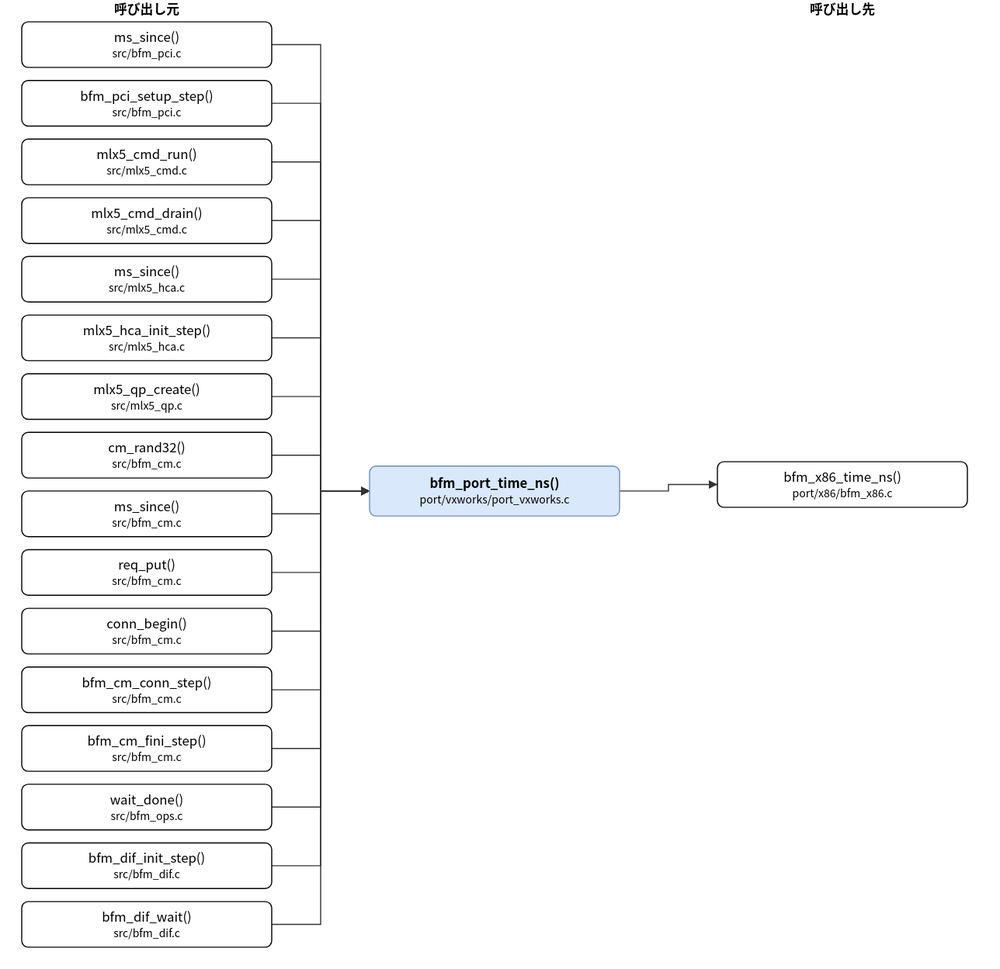
The draw.io diagram doc/spec/images/call_port_vxworks_port_vxworks-bfm_port_time_ns.drawio.svg in hf355051012-ai/bfmem, before a commit. Source tidied: cells renumbered, new cells last; positions are measured from the earlier drawing's top-left corner, leaving out a move shared by most shapes.
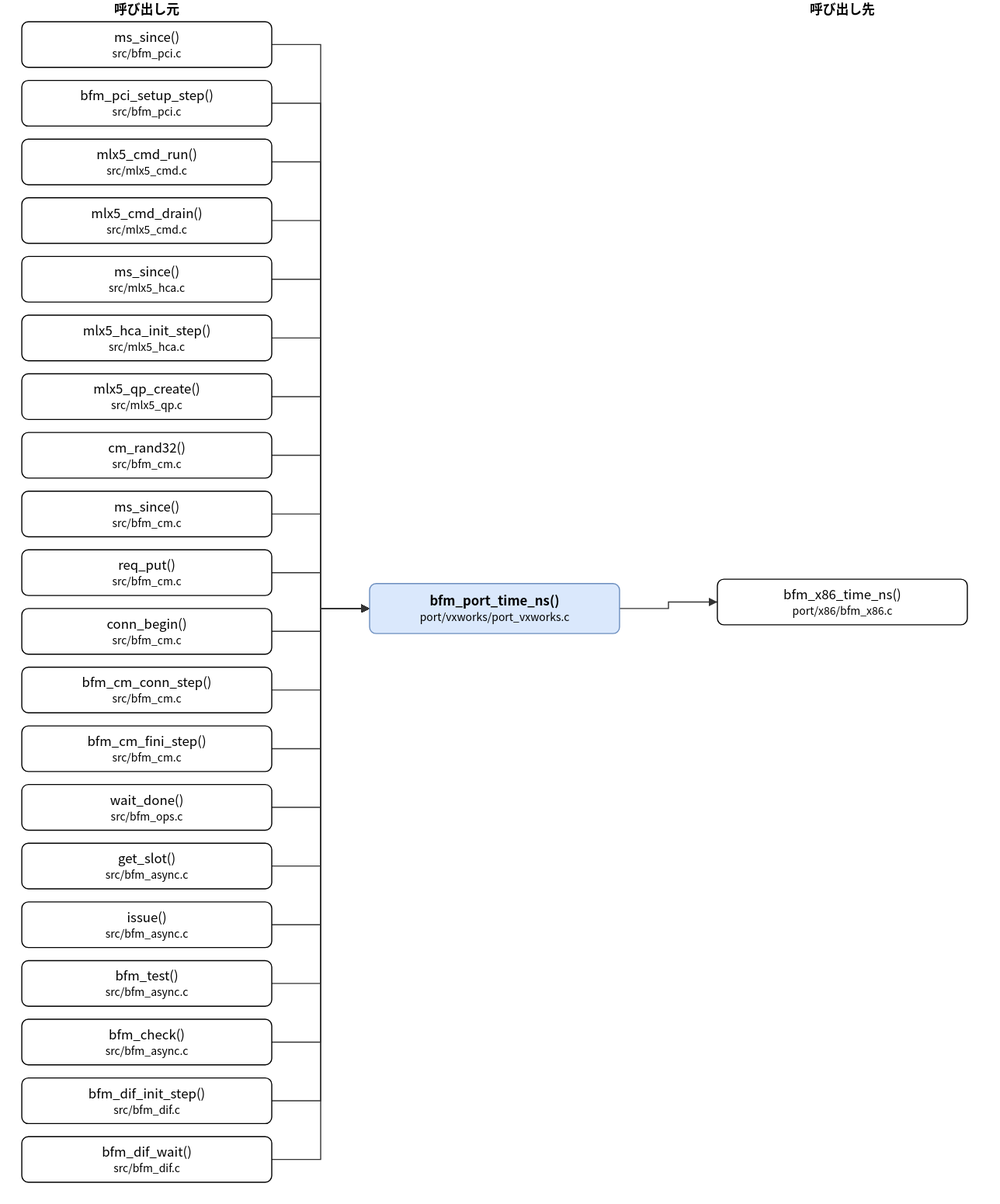
The same file after the commit.

Change to the diagram source:
```diff
@@ -3,7 +3,7 @@
     <mxCell id="0" />
     <mxCell id="1" parent="0" />
     <mxCell id="2" value="bfm_port_time_ns()&lt;br&gt;&lt;font style=&quot;font-size:10px&quot;&gt;port/vxworks/port_vxworks.c&lt;/font&gt;" style="rounded=1;whiteSpace=wrap;html=1;fillColor=#dae8fc;strokeColor=#6c8ebf;fontStyle=1;" parent="1" vertex="1">
-      <mxGeometry x="320" y="429" width="230" height="46" as="geometry" />
+      <mxGeometry x="320" y="537" width="230" height="46" as="geometry" />
     </mxCell>
     <mxCell id="3" value="ms_since()&lt;br&gt;&lt;font style=&quot;font-size:10px&quot;&gt;src/bfm_pci.c&lt;/font&gt;" style="rounded=1;whiteSpace=wrap;html=1;" parent="1" vertex="1">
       <mxGeometry y="20" width="230" height="42" as="geometry" />
@@ -47,20 +47,32 @@
     <mxCell id="16" value="wait_done()&lt;br&gt;&lt;font style=&quot;font-size:10px&quot;&gt;src/bfm_ops.c&lt;/font&gt;" style="rounded=1;whiteSpace=wrap;html=1;" parent="1" vertex="1">
       <mxGeometry y="722" width="230" height="42" as="geometry" />
     </mxCell>
-    <mxCell id="17" value="bfm_dif_init_step()&lt;br&gt;&lt;font style=&quot;font-size:10px&quot;&gt;src/bfm_dif.c&lt;/font&gt;" style="rounded=1;whiteSpace=wrap;html=1;" parent="1" vertex="1">
+    <mxCell id="17" value="get_slot()&lt;br&gt;&lt;font style=&quot;font-size:10px&quot;&gt;src/bfm_async.c&lt;/font&gt;" style="rounded=1;whiteSpace=wrap;html=1;" parent="1" vertex="1">
       <mxGeometry y="776" width="230" height="42" as="geometry" />
     </mxCell>
-    <mxCell id="18" value="bfm_dif_wait()&lt;br&gt;&lt;font style=&quot;font-size:10px&quot;&gt;src/bfm_dif.c&lt;/font&gt;" style="rounded=1;whiteSpace=wrap;html=1;" parent="1" vertex="1">
+    <mxCell id="18" value="issue()&lt;br&gt;&lt;font style=&quot;font-size:10px&quot;&gt;src/bfm_async.c&lt;/font&gt;" style="rounded=1;whiteSpace=wrap;html=1;" parent="1" vertex="1">
       <mxGeometry y="830" width="230" height="42" as="geometry" />
     </mxCell>
+    <mxCell id="39" value="bfm_test()&lt;br&gt;&lt;font style=&quot;font-size:10px&quot;&gt;src/bfm_async.c&lt;/font&gt;" style="rounded=1;whiteSpace=wrap;html=1;" parent="1" vertex="1">
+      <mxGeometry y="884" width="230" height="42" as="geometry" />
+    </mxCell>
+    <mxCell id="40" value="bfm_check()&lt;br&gt;&lt;font style=&quot;font-size:10px&quot;&gt;src/bfm_async.c&lt;/font&gt;" style="rounded=1;whiteSpace=wrap;html=1;" parent="1" vertex="1">
+      <mxGeometry y="938" width="230" height="42" as="geometry" />
+    </mxCell>
+    <mxCell id="41" value="bfm_dif_init_step()&lt;br&gt;&lt;font style=&quot;font-size:10px&quot;&gt;src/bfm_dif.c&lt;/font&gt;" style="rounded=1;whiteSpace=wrap;html=1;" parent="1" vertex="1">
+      <mxGeometry y="992" width="230" height="42" as="geometry" />
+    </mxCell>
+    <mxCell id="42" value="bfm_dif_wait()&lt;br&gt;&lt;font style=&quot;font-size:10px&quot;&gt;src/bfm_dif.c&lt;/font&gt;" style="rounded=1;whiteSpace=wrap;html=1;" parent="1" vertex="1">
+      <mxGeometry y="1046" width="230" height="42" as="geometry" />
+    </mxCell>
     <mxCell id="19" value="bfm_x86_time_ns()&lt;br&gt;&lt;font style=&quot;font-size:10px&quot;&gt;port/x86/bfm_x86.c&lt;/font&gt;" style="rounded=1;whiteSpace=wrap;html=1;" parent="1" vertex="1">
-      <mxGeometry x="640" y="425" width="230" height="42" as="geometry" />
+      <mxGeometry x="640" y="533" width="230" height="42" as="geometry" />
     </mxCell>
     <mxCell id="20" style="edgeStyle=none;html=1;rounded=0;endArrow=block;endFill=1;exitX=1.0000;exitY=0.5000;exitDx=0;exitDy=0;exitPerimeter=0;entryX=0.0000;entryY=0.5000;entryDx=0;entryDy=0;entryPerimeter=0;" parent="1" edge="1" source="3" target="2">
       <mxGeometry relative="1" as="geometry">
         <Array as="points">
           <mxPoint x="275" y="41" />
-          <mxPoint x="275" y="452" />
+          <mxPoint x="275" y="560" />
         </Array>
       </mxGeometry>
     </mxCell>
@@ -68,7 +80,7 @@
       <mxGeometry relative="1" as="geometry">
         <Array as="points">
           <mxPoint x="275" y="95" />
-          <mxPoint x="275" y="452" />
+          <mxPoint x="275" y="560" />
         </Array>
       </mxGeometry>
     </mxCell>
@@ -76,7 +88,7 @@
       <mxGeometry relative="1" as="geometry">
         <Array as="points">
           <mxPoint x="275" y="149" />
-          <mxPoint x="275" y="452" />
+          <mxPoint x="275" y="560" />
         </Array>
       </mxGeometry>
     </mxCell>
@@ -84,7 +96,7 @@
       <mxGeometry relative="1" as="geometry">
         <Array as="points">
           <mxPoint x="275" y="203" />
-          <mxPoint x="275" y="452" />
+          <mxPoint x="275" y="560" />
         </Array>
       </mxGeometry>
     </mxCell>
@@ -92,7 +104,7 @@
       <mxGeometry relative="1" as="geometry">
         <Array as="points">
           <mxPoint x="275" y="257" />
-          <mxPoint x="275" y="452" />
+          <mxPoint x="275" y="560" />
         </Array>
       </mxGeometry>
     </mxCell>
@@ -100,7 +112,7 @@
       <mxGeometry relative="1" as="geometry">
         <Array as="points">
           <mxPoint x="275" y="311" />
-          <mxPoint x="275" y="452" />
+          <mxPoint x="275" y="560" />
         </Array>
       </mxGeometry>
     </mxCell>
@@ -108,7 +120,7 @@
       <mxGeometry relative="1" as="geometry">
         <Array as="points">
           <mxPoint x="275" y="365" />
-          <mxPoint x="275" y="452" />
+          <mxPoint x="275" y="560" />
         </Array>
       </mxGeometry>
     </mxCell>
@@ -116,7 +128,7 @@
       <mxGeometry relative="1" as="geometry">
         <Array as="points">
           <mxPoint x="275" y="419" />
-          <mxPoint x="275" y="452" />
+          <mxPoint x="275" y="560" />
         </Array>
       </mxGeometry>
     </mxCell>
@@ -124,7 +136,7 @@
       <mxGeometry relative="1" as="geometry">
         <Array as="points">
           <mxPoint x="275" y="473" />
-          <mxPoint x="275" y="452" />
+          <mxPoint x="275" y="560" />
         </Array>
       </mxGeometry>
     </mxCell>
@@ -132,7 +144,7 @@
       <mxGeometry relative="1" as="geometry">
         <Array as="points">
           <mxPoint x="275" y="527" />
-          <mxPoint x="275" y="452" />
+          <mxPoint x="275" y="560" />
         </Array>
       </mxGeometry>
     </mxCell>
@@ -140,7 +152,7 @@
       <mxGeometry relative="1" as="geometry">
         <Array as="points">
           <mxPoint x="275" y="581" />
-          <mxPoint x="275" y="452" />
+          <mxPoint x="275" y="560" />
         </Array>
       </mxGeometry>
     </mxCell>
@@ -148,7 +160,7 @@
       <mxGeometry relative="1" as="geometry">
         <Array as="points">
           <mxPoint x="275" y="635" />
-          <mxPoint x="275" y="452" />
+          <mxPoint x="275" y="560" />
         </Array>
       </mxGeometry>
     </mxCell>
@@ -156,7 +168,7 @@
       <mxGeometry relative="1" as="geometry">
         <Array as="points">
           <mxPoint x="275" y="689" />
-          <mxPoint x="275" y="452" />
+          <mxPoint x="275" y="560" />
         </Array>
       </mxGeometry>
     </mxCell>
@@ -164,7 +176,7 @@
       <mxGeometry relative="1" as="geometry">
         <Array as="points">
           <mxPoint x="275" y="743" />
-          <mxPoint x="275" y="452" />
+          <mxPoint x="275" y="560" />
         </Array>
       </mxGeometry>
     </mxCell>
@@ -172,7 +184,7 @@
       <mxGeometry relative="1" as="geometry">
         <Array as="points">
           <mxPoint x="275" y="797" />
-          <mxPoint x="275" y="452" />
+          <mxPoint x="275" y="560" />
         </Array>
       </mxGeometry>
     </mxCell>
@@ -180,18 +192,50 @@
       <mxGeometry relative="1" as="geometry">
         <Array as="points">
           <mxPoint x="275" y="851" />
-          <mxPoint x="275" y="452" />
+          <mxPoint x="275" y="560" />
         </Array>
       </mxGeometry>
     </mxCell>
-    <mxCell id="36" style="edgeStyle=none;html=1;rounded=0;endArrow=block;endFill=1;exitX=1.0000;exitY=0.5000;exitDx=0;exitDy=0;exitPerimeter=0;entryX=0.0000;entryY=0.5000;entryDx=0;entryDy=0;entryPerimeter=0;" parent="1" edge="1" source="2" target="19">
+    <mxCell id="36" style="edgeStyle=none;html=1;rounded=0;endArrow=block;endFill=1;exitX=1.0000;exitY=0.5000;exitDx=0;exitDy=0;exitPerimeter=0;entryX=0.0000;entryY=0.5000;entryDx=0;entryDy=0;entryPerimeter=0;" parent="1" edge="1" source="39" target="2">
       <mxGeometry relative="1" as="geometry">
         <Array as="points">
-          <mxPoint x="595" y="452" />
-          <mxPoint x="595" y="446" />
+          <mxPoint x="275" y="905" />
+          <mxPoint x="275" y="560" />
         </Array>
       </mxGeometry>
     </mxCell>
+    <mxCell id="43" style="edgeStyle=none;html=1;rounded=0;endArrow=block;endFill=1;exitX=1.0000;exitY=0.5000;exitDx=0;exitDy=0;exitPerimeter=0;entryX=0.0000;entryY=0.5000;entryDx=0;entryDy=0;entryPerimeter=0;" parent="1" edge="1" source="40" target="2">
+      <mxGeometry relative="1" as="geometry">
+        <Array as="points">
+          <mxPoint x="275" y="959" />
+          <mxPoint x="275" y="560" />
+        </Array>
+      </mxGeometry>
+    </mxCell>
+    <mxCell id="44" style="edgeStyle=none;html=1;rounded=0;endArrow=block;endFill=1;exitX=1.0000;exitY=0.5000;exitDx=0;exitDy=0;exitPerimeter=0;entryX=0.0000;entryY=0.5000;entryDx=0;entryDy=0;entryPerimeter=0;" parent="1" edge="1" source="41" target="2">
+      <mxGeometry relative="1" as="geometry">
+        <Array as="points">
+          <mxPoint x="275" y="1013" />
+          <mxPoint x="275" y="560" />
+        </Array>
+      </mxGeometry>
+    </mxCell>
+    <mxCell id="45" style="edgeStyle=none;html=1;rounded=0;endArrow=block;endFill=1;exitX=1.0000;exitY=0.5000;exitDx=0;exitDy=0;exitPerimeter=0;entryX=0.0000;entryY=0.5000;entryDx=0;entryDy=0;entryPerimeter=0;" parent="1" edge="1" source="42" target="2">
+      <mxGeometry relative="1" as="geometry">
+        <Array as="points">
+          <mxPoint x="275" y="1067" />
+          <mxPoint x="275" y="560" />
+        </Array>
+      </mxGeometry>
+    </mxCell>
+    <mxCell id="46" style="edgeStyle=none;html=1;rounded=0;endArrow=block;endFill=1;exitX=1.0000;exitY=0.5000;exitDx=0;exitDy=0;exitPerimeter=0;entryX=0.0000;entryY=0.5000;entryDx=0;entryDy=0;entryPerimeter=0;" parent="1" edge="1" source="2" target="19">
+      <mxGeometry relative="1" as="geometry">
+        <Array as="points">
+          <mxPoint x="595" y="560" />
+          <mxPoint x="595" y="554" />
+        </Array>
+      </mxGeometry>
+    </mxCell>
     <mxCell id="37" value="呼び出し元" style="text;html=1;align=center;fontStyle=1;" parent="1" vertex="1">
       <mxGeometry x="35" width="160" height="18" as="geometry" />
     </mxCell>
```
